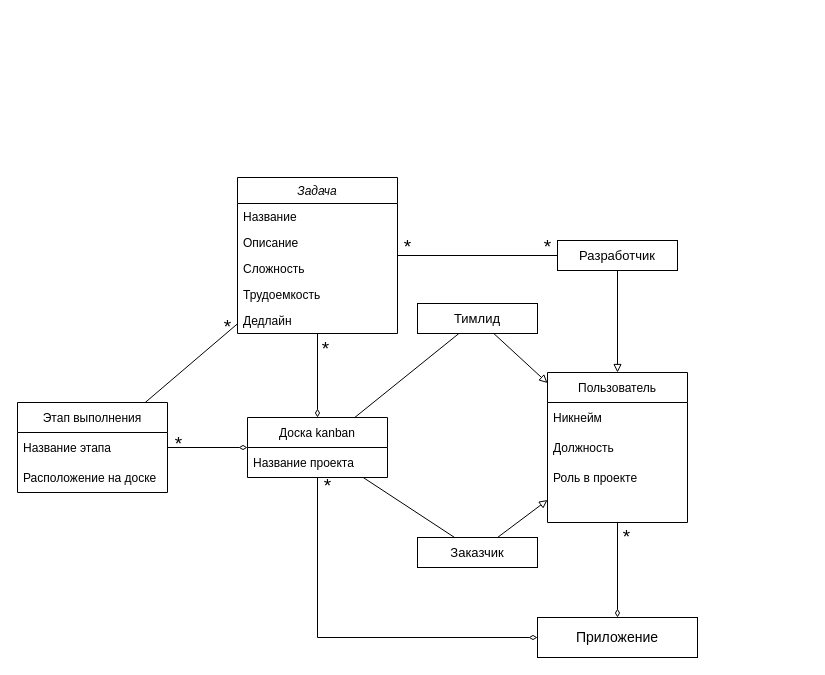
Above: Модель предметной области.drawio in Stasychbr/Kanban (draw.io), before the change. Source tidied: cells renumbered, new cells numbered last; positions are measured from the earlier drawing's top-left corner, leaving out a move shared by most shapes. Both pictures are drawn from the tidied source at 100%, with x=0, y=0 at pixel (17, 177).
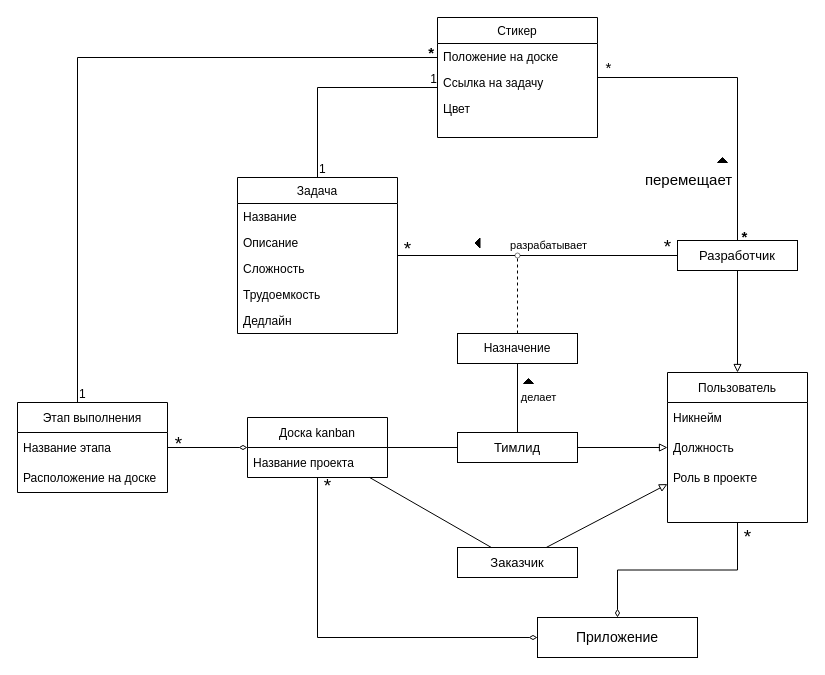
The same page after the edit.

Unchanged cells that the change refers to:
```xml
<mxCell id="8" value="Доска kanban" style="swimlane;fontStyle=0;horizontal=1;startSize=30;comic=0;" parent="1" vertex="1">
  <mxGeometry x="230" y="240" width="140" height="60" as="geometry" />
</mxCell>
<mxCell id="23" value="Этап выполнения" style="swimlane;fontStyle=0;horizontal=1;startSize=30;comic=0;" parent="1" vertex="1">
  <mxGeometry y="225" width="150" height="90" as="geometry" />
</mxCell>
<mxCell id="33" value="Приложение" style="rounded=0;whiteSpace=wrap;html=1;labelBackgroundColor=none;comic=0;fontSize=14;" parent="1" vertex="1">
  <mxGeometry x="520" y="440" width="160" height="40" as="geometry" />
</mxCell>
```

Change to the diagram source:
```diff
@@
-    <mxCell id="2" value="Задача" style="swimlane;fontStyle=2;align=center;verticalAlign=top;horizontal=1;startSize=26;rounded=0;shadow=0;strokeWidth=1;comic=0;" parent="1" vertex="1">
+    <mxCell id="2" value="Задача" style="swimlane;fontStyle=0;align=center;verticalAlign=top;horizontal=1;startSize=26;rounded=0;shadow=0;strokeWidth=1;comic=0;" parent="1" vertex="1">
       <mxGeometry x="220" width="160" height="156" as="geometry" />
     </mxCell>
@@
-    <mxCell id="10" style="endArrow=none;html=1;rounded=0;exitX=0.5;exitY=0;exitDx=0;exitDy=0;flowAnimation=0;startArrow=diamondThin;startFill=0;endFill=0;" parent="1" edge="1" source="8" target="2">
-      <mxGeometry relative="1" as="geometry" />
-    </mxCell>
-    <mxCell id="11" value="*" style="edgeLabel;html=1;align=center;verticalAlign=middle;fontSize=19;" parent="10" vertex="1">
-      <mxGeometry x="-0.19" relative="1" as="geometry">
-        <mxPoint x="7" y="-35" as="offset" />
-      </mxGeometry>
-    </mxCell>
     <mxCell id="12" value="Пользователь" style="swimlane;fontStyle=0;horizontal=1;startSize=30;comic=0;" parent="1" vertex="1">
-      <mxGeometry x="530" y="195" width="140" height="150" as="geometry" />
+      <mxGeometry x="650" y="195" width="140" height="150" as="geometry" />
     </mxCell>
@@
     <mxCell id="17" value="Тимлид" style="rounded=0;whiteSpace=wrap;html=1;comic=0;fontSize=13;" parent="1" vertex="1">
-      <mxGeometry x="400" y="126" width="120" height="30" as="geometry" />
+      <mxGeometry x="440" y="255" width="120" height="30" as="geometry" />
     </mxCell>
@@
     <mxCell id="20" value="Заказчик" style="rounded=0;whiteSpace=wrap;html=1;comic=0;fontSize=13;" parent="1" vertex="1">
-      <mxGeometry x="400" y="360" width="120" height="30" as="geometry" />
+      <mxGeometry x="440" y="370" width="120" height="30" as="geometry" />
     </mxCell>
@@
-    <mxCell id="28" value="*" style="endArrow=none;html=1;rounded=0;fontSize=19;endFill=0;labelBackgroundColor=none;" parent="1" edge="1" source="23" target="2">
-      <mxGeometry x="0.83" y="4" relative="1" as="geometry" />
-    </mxCell>
     <mxCell id="29" value="Разработчик" style="rounded=0;whiteSpace=wrap;html=1;comic=0;fontSize=13;" parent="1" vertex="1">
-      <mxGeometry x="540" y="63" width="120" height="30" as="geometry" />
+      <mxGeometry x="660" y="63" width="120" height="30" as="geometry" />
     </mxCell>
@@
     <mxCell id="31" value="*" style="endArrow=none;html=1;rounded=0;fontSize=19;endFill=0;labelBackgroundColor=none;" parent="1" edge="1" source="2" target="29">
-      <mxGeometry x="0.88" y="8" relative="1" as="geometry" />
+      <mxGeometry x="0.93" y="8" relative="1" as="geometry" />
     </mxCell>
     <mxCell id="32" value="*" style="edgeLabel;html=1;align=center;verticalAlign=middle;fontSize=19;labelBackgroundColor=none;" parent="31" vertex="1">
       <mxGeometry x="-0.43" y="3" relative="1" as="geometry">
-        <mxPoint x="-37" y="-6" as="offset" />
+        <mxPoint x="-71" y="-4" as="offset" />
       </mxGeometry>
     </mxCell>
+    <mxCell id="37" value="разрабатывает" style="edgeLabel;html=1;align=center;verticalAlign=middle;" parent="31" vertex="1">
+      <mxGeometry x="0.07" relative="1" as="geometry">
+        <mxPoint y="-11" as="offset" />
+      </mxGeometry>
+    </mxCell>
@@
-    <mxCell id="35" style="endArrow=none;html=1;rounded=0;labelBackgroundColor=none;fontSize=19;startArrow=diamondThin;startFill=0;" parent="1" edge="1" source="33" target="12">
+    <mxCell id="35" style="endArrow=none;html=1;rounded=0;labelBackgroundColor=none;fontSize=19;startArrow=diamondThin;startFill=0;edgeStyle=orthogonalEdgeStyle;" parent="1" edge="1" source="33" target="12">
       <mxGeometry relative="1" as="geometry" />
     </mxCell>
     <mxCell id="36" value="*" style="edgeLabel;html=1;align=center;verticalAlign=middle;fontSize=19;labelBackgroundColor=none;" parent="35" vertex="1">
       <mxGeometry x="0.24" y="1" relative="1" as="geometry">
-        <mxPoint x="9" y="-22" as="offset" />
+        <mxPoint x="44" y="-32" as="offset" />
       </mxGeometry>
     </mxCell>
+    <mxCell id="38" value="Назначение" style="rounded=0;whiteSpace=wrap;html=1;" parent="1" vertex="1">
+      <mxGeometry x="440" y="156" width="120" height="30" as="geometry" />
+    </mxCell>
+    <mxCell id="39" style="endArrow=none;html=1;rounded=0;" parent="1" edge="1" source="17" target="38">
+      <mxGeometry relative="1" as="geometry" />
+    </mxCell>
+    <mxCell id="40" value="делает" style="edgeLabel;html=1;align=center;verticalAlign=middle;" parent="39" vertex="1">
+      <mxGeometry x="-0.23" y="1" relative="1" as="geometry">
+        <mxPoint x="21" y="-9" as="offset" />
+      </mxGeometry>
+    </mxCell>
+    <mxCell id="41" style="verticalLabelPosition=bottom;verticalAlign=top;html=1;shape=mxgraph.basic.acute_triangle;dx=0.5;fillColor=#000000;" parent="1" vertex="1">
+      <mxGeometry x="506" y="201" width="10" height="5" as="geometry" />
+    </mxCell>
+    <mxCell id="42" style="verticalLabelPosition=bottom;verticalAlign=top;html=1;shape=mxgraph.basic.acute_triangle;dx=0.5;fillColor=#000000;rotation=-90;" parent="1" vertex="1">
+      <mxGeometry x="455" y="63" width="10" height="5" as="geometry" />
+    </mxCell>
+    <mxCell id="43" style="endArrow=none;dashed=1;html=1;rounded=0;" parent="1" edge="1" source="38">
+      <mxGeometry relative="1" as="geometry">
+        <mxPoint x="500" y="80" as="targetPoint" />
+      </mxGeometry>
+    </mxCell>
+    <mxCell id="44" style="strokeWidth=0.5;html=1;shape=mxgraph.flowchart.start_2;whiteSpace=wrap;fillColor=#FFFFFF;" parent="1" vertex="1">
+      <mxGeometry x="497.5" y="75.5" width="5" height="5" as="geometry" />
+    </mxCell>
+    <mxCell id="45" value="Стикер" style="swimlane;fontStyle=0;align=center;verticalAlign=top;horizontal=1;startSize=26;rounded=0;shadow=0;strokeWidth=1;comic=0;" parent="1" vertex="1">
+      <mxGeometry x="420" y="-160" width="160" height="120" as="geometry" />
+    </mxCell>
+    <mxCell id="46" value="Положение на доске" style="text;align=left;verticalAlign=top;spacingLeft=4;spacingRight=4;overflow=hidden;" parent="45" vertex="1">
+      <mxGeometry y="26" width="160" height="26" as="geometry" />
+    </mxCell>
+    <mxCell id="47" value="Ссылка на задачу" style="text;align=left;verticalAlign=top;spacingLeft=4;spacingRight=4;overflow=hidden;rounded=0;shadow=0;html=0;" parent="45" vertex="1">
+      <mxGeometry y="52" width="160" height="26" as="geometry" />
+    </mxCell>
+    <mxCell id="48" value="Цвет" style="text;align=left;verticalAlign=top;spacingLeft=4;spacingRight=4;overflow=hidden;rounded=0;shadow=0;html=0;" parent="45" vertex="1">
+      <mxGeometry y="78" width="160" height="26" as="geometry" />
+    </mxCell>
+    <mxCell id="49" style="endArrow=none;html=1;rounded=0;edgeStyle=orthogonalEdgeStyle;" parent="1" edge="1" source="2" target="45">
+      <mxGeometry relative="1" as="geometry">
+        <Array as="points">
+          <mxPoint x="300" y="-90" />
+        </Array>
+      </mxGeometry>
+    </mxCell>
+    <mxCell id="50" value="1" style="html=1;align=left;verticalAlign=bottom;strokeWidth=0.5;fillColor=#FFFFFF;" parent="49" vertex="1">
+      <mxGeometry x="-1" relative="1" as="geometry" />
+    </mxCell>
+    <mxCell id="51" value="1" style="html=1;align=right;verticalAlign=bottom;strokeWidth=0.5;fillColor=#FFFFFF;" parent="49" vertex="1">
+      <mxGeometry x="1" relative="1" as="geometry" />
+    </mxCell>
+    <mxCell id="52" style="endArrow=none;html=1;rounded=0;edgeStyle=orthogonalEdgeStyle;" parent="1" edge="1" source="23" target="45">
+      <mxGeometry relative="1" as="geometry">
+        <Array as="points">
+          <mxPoint x="60" y="-120" />
+        </Array>
+      </mxGeometry>
+    </mxCell>
+    <mxCell id="53" value="1" style="html=1;align=left;verticalAlign=bottom;strokeWidth=0.5;fillColor=#FFFFFF;" parent="52" vertex="1">
+      <mxGeometry x="-1" relative="1" as="geometry" />
+    </mxCell>
+    <mxCell id="54" value="*" style="html=1;align=right;verticalAlign=bottom;strokeWidth=0.5;fillColor=#FFFFFF;fontStyle=1;fontSize=15;" parent="52" vertex="1">
+      <mxGeometry x="1" relative="1" as="geometry">
+        <mxPoint x="-3" y="6" as="offset" />
+      </mxGeometry>
+    </mxCell>
+    <mxCell id="55" value="*" style="endArrow=none;html=1;rounded=0;fontSize=15;edgeStyle=orthogonalEdgeStyle;labelBackgroundColor=none;" parent="1" edge="1" source="45" target="29">
+      <mxGeometry x="-0.93" y="10" relative="1" as="geometry" />
+    </mxCell>
+    <mxCell id="56" value="перемещает" style="edgeLabel;html=1;align=center;verticalAlign=middle;fontSize=15;" parent="55" vertex="1">
+      <mxGeometry x="0.41" y="2" relative="1" as="geometry">
+        <mxPoint x="-52" y="27" as="offset" />
+      </mxGeometry>
+    </mxCell>
+    <mxCell id="57" value="*" style="edgeLabel;html=1;align=center;verticalAlign=middle;fontSize=15;labelBackgroundColor=none;fontStyle=1;" parent="55" vertex="1">
+      <mxGeometry x="0.84" y="1" relative="1" as="geometry">
+        <mxPoint x="5" y="19" as="offset" />
+      </mxGeometry>
+    </mxCell>
+    <mxCell id="58" style="verticalLabelPosition=bottom;verticalAlign=top;html=1;shape=mxgraph.basic.acute_triangle;dx=0.5;fillColor=#000000;" parent="1" vertex="1">
+      <mxGeometry x="700" y="-20" width="10" height="5" as="geometry" />
+    </mxCell>
```
